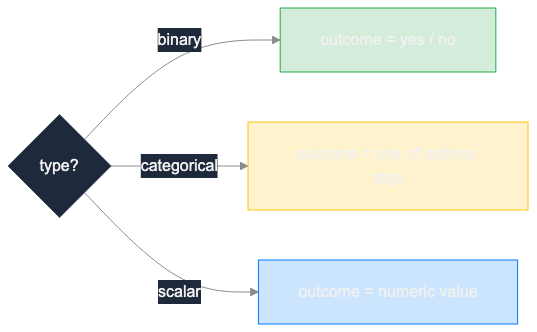
Above: images/oracle-1.png in forgesworn/nip-drafts (Mermaid), before the change. Its source is kept beside it as images/oracle-1.mmd. Its diagram source:
```mermaid
flowchart LR
    T{"type?"}
    T -->|binary| B["outcome = yes / no"]
    T -->|categorical| C["outcome = one of options tags"]
    T -->|scalar| S["outcome = numeric value"]

    style B fill:#d4edda,stroke:#28a745
    style C fill:#fff3cd,stroke:#ffc107
    style S fill:#cce5ff,stroke:#007bff
```
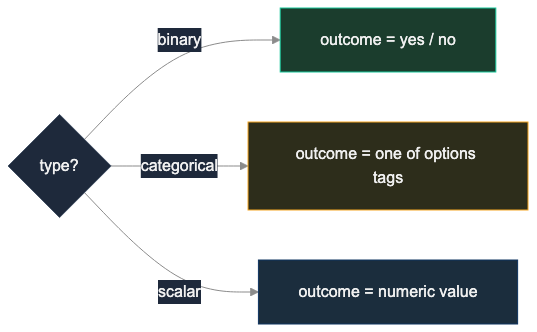
The same diagram one commit later.

Change to the diagram source:
```diff
@@ -4,6 +4,6 @@
     T -->|categorical| C["outcome = one of options tags"]
     T -->|scalar| S["outcome = numeric value"]
 
-    style B fill:#d4edda,stroke:#28a745
-    style C fill:#fff3cd,stroke:#ffc107
-    style S fill:#cce5ff,stroke:#007bff
+    style B fill:#1b3d2d,stroke:#16c79a
+    style C fill:#2d2d1b,stroke:#f5a623
+    style S fill:#1b2d3d,stroke:#0f3460
```
